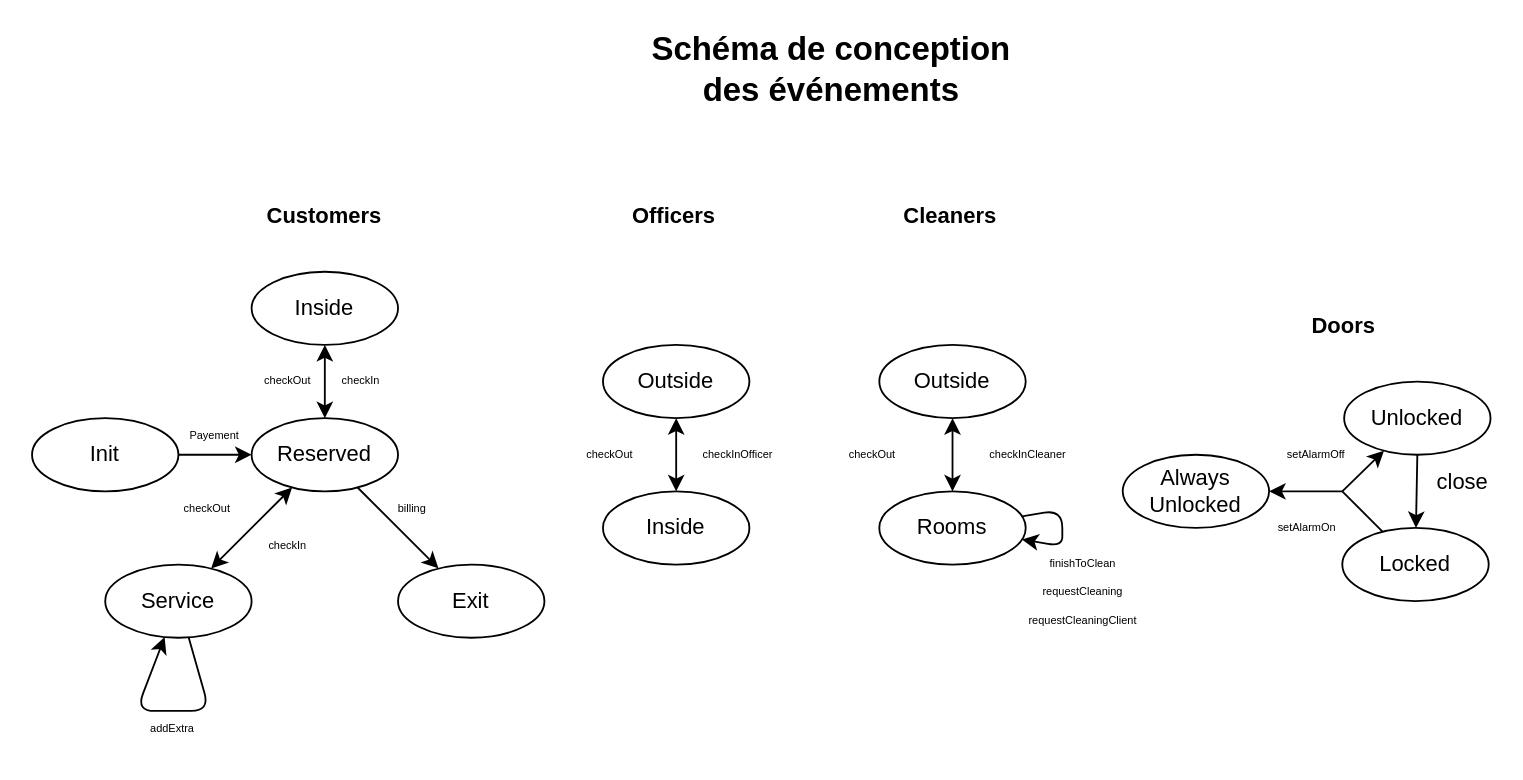
This is doc/conception/events.drawio from Reynault/MOSOS-Subject-3, a draw.io file, before an edit. Source tidied: cells renumbered, new cells numbered last; positions are measured from the earlier drawing's top-left corner, leaving out a move shared by most shapes. Both pictures are drawn from the tidied source at 183%, with x=0, y=0 at pixel (31, 51).
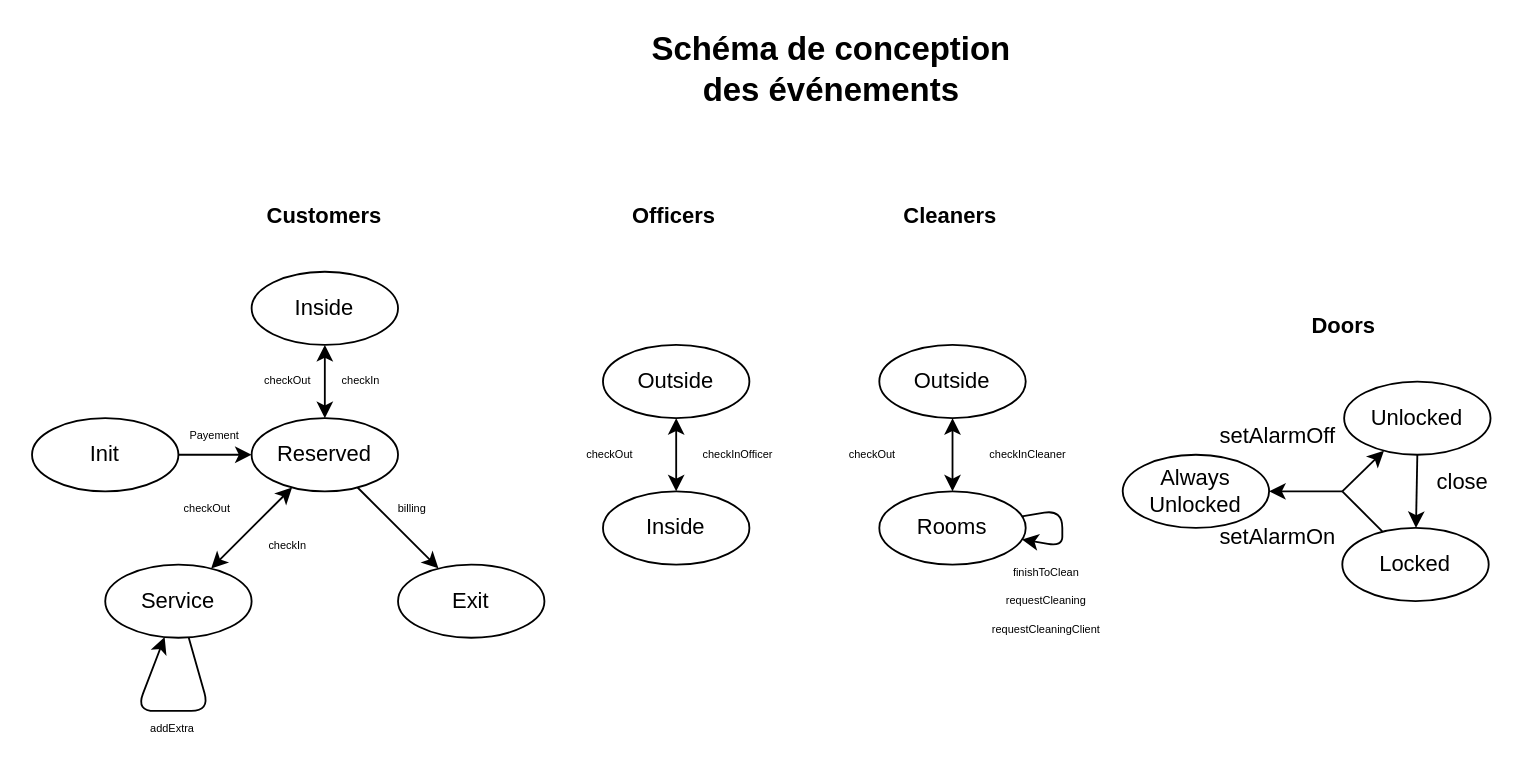
The same page after the edit.

Commit message (it also covers changes not shown here):
modificaiton des événements pour être plus lisible

The edit, as a diff of the source:
```diff
@@
-    <mxCell id="33" value="&lt;font style=&quot;font-size: 6px&quot;&gt;setAlarmOff&lt;/font&gt;" style="text;html=1;strokeColor=none;fillColor=none;align=center;verticalAlign=middle;whiteSpace=wrap;rounded=0;fontSize=6;" parent="1" vertex="1">
-      <mxGeometry x="682" y="210" width="40" height="20" as="geometry" />
+    <mxCell id="33" value="&lt;font style=&quot;font-size: 12px;&quot;&gt;setAlarmOff&lt;/font&gt;" style="text;html=1;strokeColor=none;fillColor=none;align=center;verticalAlign=middle;whiteSpace=wrap;rounded=0;fontSize=12;" parent="1" vertex="1">
+      <mxGeometry x="661" y="200" width="40" height="20" as="geometry" />
     </mxCell>
-    <mxCell id="34" value="&lt;font style=&quot;font-size: 6px&quot;&gt;setAlarmOn&lt;/font&gt;" style="text;html=1;strokeColor=none;fillColor=none;align=center;verticalAlign=middle;whiteSpace=wrap;rounded=0;fontSize=6;" parent="1" vertex="1">
-      <mxGeometry x="682" y="250" width="30" height="20" as="geometry" />
+    <mxCell id="34" value="&lt;font style=&quot;font-size: 12px;&quot;&gt;setAlarmOn&lt;/font&gt;" style="text;html=1;strokeColor=none;fillColor=none;align=center;verticalAlign=middle;whiteSpace=wrap;rounded=0;fontSize=12;" parent="1" vertex="1">
+      <mxGeometry x="666" y="255" width="30" height="20" as="geometry" />
     </mxCell>
@@
     <mxCell id="45" value="&lt;font style=&quot;font-size: 6px&quot;&gt;finishToClean&lt;/font&gt;" style="text;html=1;strokeColor=none;fillColor=none;align=center;verticalAlign=middle;whiteSpace=wrap;rounded=0;fontSize=6;" parent="1" vertex="1">
-      <mxGeometry x="547" y="275" width="55" height="10" as="geometry" />
+      <mxGeometry x="527" y="279.5" width="55" height="10" as="geometry" />
     </mxCell>
     <mxCell id="46" value="&lt;font style=&quot;font-size: 6px&quot;&gt;requestCleaning&lt;/font&gt;" style="text;html=1;strokeColor=none;fillColor=none;align=center;verticalAlign=middle;whiteSpace=wrap;rounded=0;fontSize=6;" parent="1" vertex="1">
-      <mxGeometry x="547" y="290" width="55" height="10" as="geometry" />
+      <mxGeometry x="527" y="294.5" width="55" height="10" as="geometry" />
     </mxCell>
     <mxCell id="47" value="&lt;font style=&quot;font-size: 6px&quot;&gt;requestCleaningClient&lt;/font&gt;" style="text;html=1;strokeColor=none;fillColor=none;align=center;verticalAlign=middle;whiteSpace=wrap;rounded=0;fontSize=6;" parent="1" vertex="1">
-      <mxGeometry x="547" y="306" width="55" height="10" as="geometry" />
+      <mxGeometry x="527" y="310.5" width="55" height="10" as="geometry" />
     </mxCell>
```
